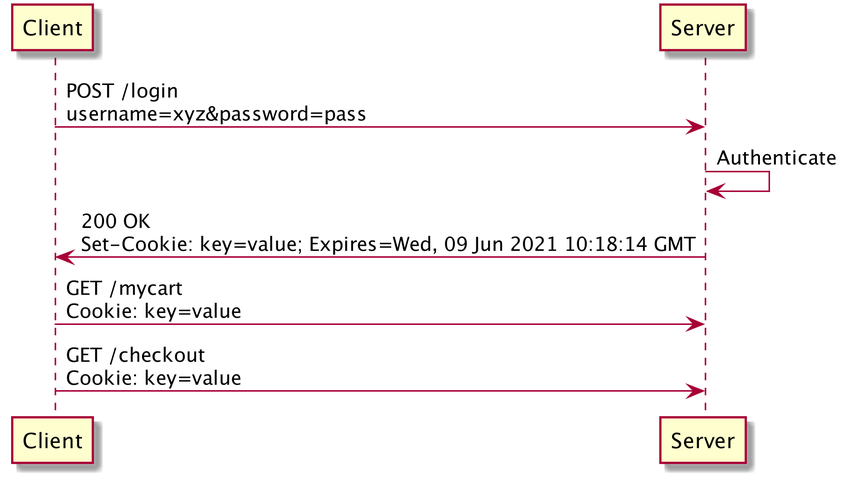
The PlantUML diagram deposit/slides/Hyp1920/images/auth_cookie.png in vzaccaria/vzaccaria.github.io, before a commit. Source of this version:
```plantuml
@startuml
skinparam dpi 300
Client->Server: POST /login \nusername=xyz&password=pass
Server->Server: Authenticate
Server->Client: 200 OK \nSet-Cookie: key=value; Expires=Wed, 09 Jun 2021 10:18:14 GMT
Client->Server: GET /mycart   \nCookie: key=value
Client->Server: GET /checkout \nCookie: key=value
@enduml
```
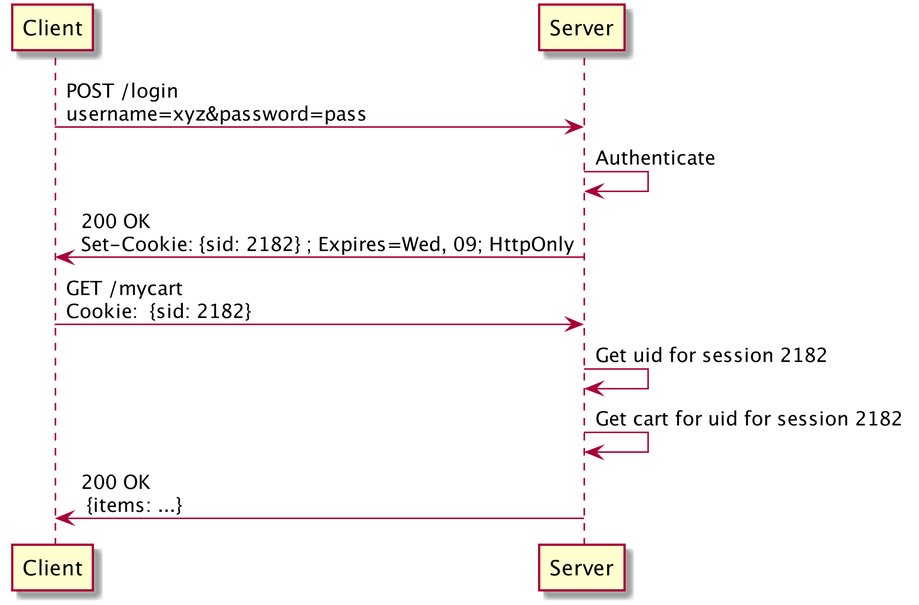
The same diagram one commit later.

What changed in the source:
```diff
@@ -2,7 +2,9 @@
 skinparam dpi 300
 Client->Server: POST /login \nusername=xyz&password=pass
 Server->Server: Authenticate
-Server->Client: 200 OK \nSet-Cookie: key=value; Expires=Wed, 09 Jun 2021 10:18:14 GMT
-Client->Server: GET /mycart   \nCookie: key=value
-Client->Server: GET /checkout \nCookie: key=value
+Server->Client: 200 OK \nSet-Cookie: {sid: 2182} ; Expires=Wed, 09; HttpOnly
+Client->Server: GET /mycart   \nCookie:  {sid: 2182}
+Server->Server: Get uid for session 2182
+Server->Server: Get cart for uid for session 2182
+Server->Client: 200 OK \n {items: ...}
 @enduml
```
